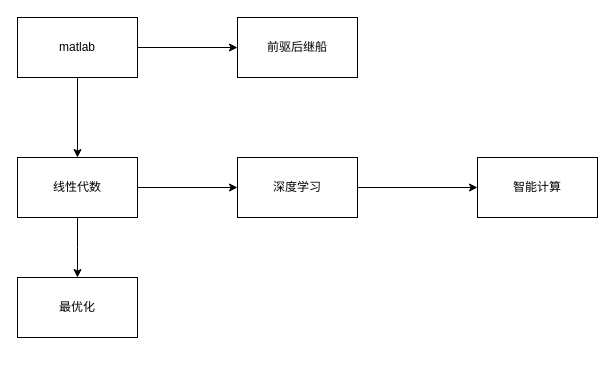
Before: 未命名绘图.drawio in harvey-Yin/diagrams, a draw.io diagram. Source tidied: cells renumbered, new cells numbered last; positions are measured from the earlier drawing's top-left corner, leaving out a move shared by most shapes. Both pictures are drawn from the tidied source at 100%, with x=0, y=0 at pixel (17, 17).
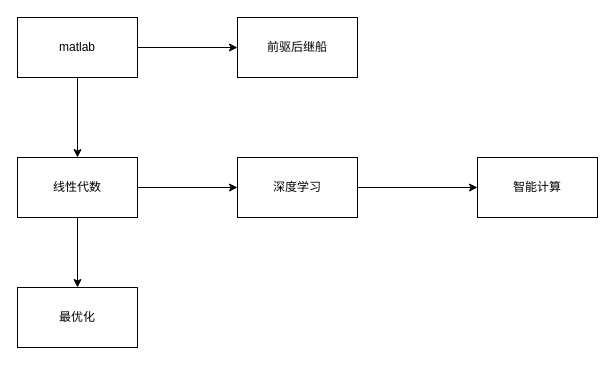
The same diagram, later.

Commit message:
更新未命名绘图.drawio

What changed in the source:
```diff
@@
 <mxGraphModel>
   <root>
     <mxCell id="0" />
     <mxCell id="1" parent="0" />
     <mxCell id="2" style="edgeStyle=orthogonalEdgeStyle;rounded=0;jettySize=auto;html=1;exitX=1;exitY=0.5;exitDx=0;exitDy=0;" parent="1" edge="1" source="4" target="6">
       <mxGeometry relative="1" as="geometry" />
     </mxCell>
-    <mxCell id="3" style="edgeStyle=orthogonalEdgeStyle;rounded=0;jettySize=auto;html=1;exitX=0.5;exitY=1;exitDx=0;exitDy=0;" parent="1" edge="1" source="4">
-      <mxGeometry relative="1" as="geometry">
-        <mxPoint x="60" y="260" as="targetPoint" />
-      </mxGeometry>
+    <mxCell id="3" style="edgeStyle=orthogonalEdgeStyle;rounded=0;jettySize=auto;html=1;exitX=0.5;exitY=1;exitDx=0;exitDy=0;entryX=0.5;entryY=0;entryDx=0;entryDy=0;" parent="1" edge="1" source="4" target="12">
+      <mxGeometry relative="1" as="geometry" />
     </mxCell>
     <mxCell id="4" value="线性代数" style="rounded=0;whiteSpace=wrap;html=1;" parent="1" vertex="1">
       <mxGeometry y="140" width="120" height="60" as="geometry" />
     </mxCell>
     <mxCell id="5" style="edgeStyle=orthogonalEdgeStyle;rounded=0;jettySize=auto;html=1;exitX=1;exitY=0.5;exitDx=0;exitDy=0;" parent="1" edge="1" source="6" target="7">
       <mxGeometry relative="1" as="geometry" />
     </mxCell>
     <mxCell id="6" value="深度学习" style="rounded=0;whiteSpace=wrap;html=1;" parent="1" vertex="1">
       <mxGeometry x="220" y="140" width="120" height="60" as="geometry" />
     </mxCell>
     <mxCell id="7" value="智能计算" style="rounded=0;whiteSpace=wrap;html=1;" parent="1" vertex="1">
       <mxGeometry x="460" y="140" width="120" height="60" as="geometry" />
     </mxCell>
     <mxCell id="8" style="edgeStyle=orthogonalEdgeStyle;rounded=0;jettySize=auto;html=1;exitX=0.5;exitY=1;exitDx=0;exitDy=0;entryX=0.5;entryY=0;entryDx=0;entryDy=0;" parent="1" edge="1" source="10" target="4">
       <mxGeometry relative="1" as="geometry" />
     </mxCell>
     <mxCell id="9" style="edgeStyle=orthogonalEdgeStyle;rounded=0;jettySize=auto;html=1;exitX=1;exitY=0.5;exitDx=0;exitDy=0;entryX=0;entryY=0.5;entryDx=0;entryDy=0;" parent="1" edge="1" source="10" target="11">
       <mxGeometry relative="1" as="geometry" />
     </mxCell>
     <mxCell id="10" value="matlab" style="rounded=0;whiteSpace=wrap;html=1;" parent="1" vertex="1">
       <mxGeometry width="120" height="60" as="geometry" />
     </mxCell>
     <mxCell id="11" value="前驱后继船" style="rounded=0;whiteSpace=wrap;html=1;" parent="1" vertex="1">
       <mxGeometry x="220" width="120" height="60" as="geometry" />
     </mxCell>
     <mxCell id="12" value="最优化" style="rounded=0;whiteSpace=wrap;html=1;" parent="1" vertex="1">
-      <mxGeometry y="260" width="120" height="60" as="geometry" />
+      <mxGeometry y="270" width="120" height="60" as="geometry" />
     </mxCell>
   </root>
 </mxGraphModel>
```
